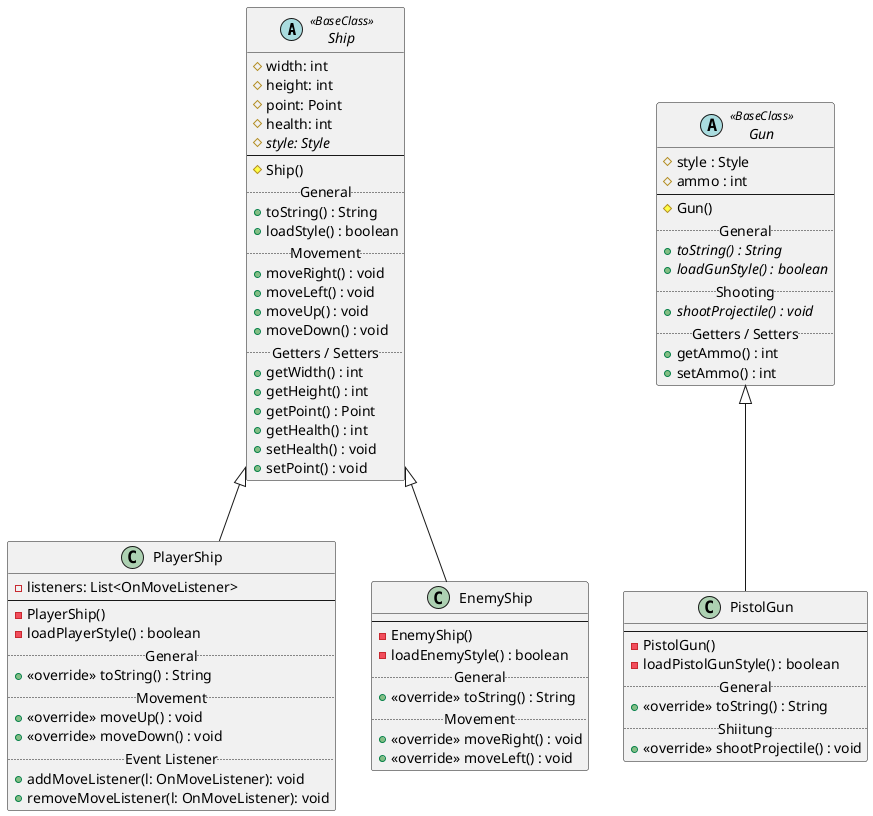
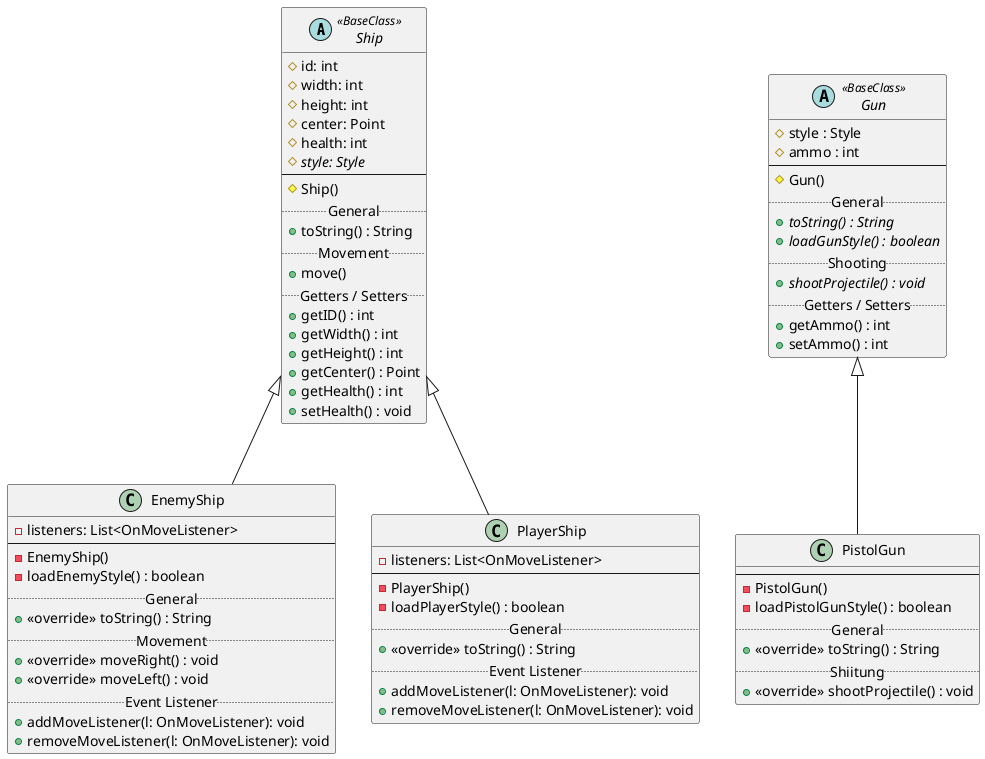
@startuml space-spiel-entities
/'
entities.puml: Space spiel UML class diagram for hierarchy of ships,weapons etc..
Copyright (C) 2026  Vladyslav Tupikin
Contact: vladtupikin7@gmail.com

This program is free software: you can redistribute it and/or modify
it under the terms of the GNU General Public License as published by
the Free Software Foundation, either version 3 of the License, or
(at your option) any later version.

This program is distributed in the hope that it will be useful,
but WITHOUT ANY WARRANTY; without even the implied warranty of
MERCHANTABILITY or FITNESS FOR A PARTICULAR PURPOSE.  See the
GNU General Public License for more details.

You should have received a copy of the GNU General Public License
along with this program.  If not, see <https://www.gnu.org/licenses/>.
'/

abstract class Ship <<BaseClass>> {
+     #id: int
    #width: int
    #height: int
-     #point: Point
+     #center: Point
    #health: int
    # {abstract} style: Style
    --
    #Ship()
    .. General ..
    +toString() : String
-     +loadStyle() : boolean
    .. Movement ..
-     +moveRight() : void
-     +moveLeft() : void
-     +moveUp() : void
-     +moveDown() : void
+     +move()
    .. Getters / Setters ..
+     +getID() : int
    +getWidth() : int
    +getHeight() : int
-     +getPoint() : Point
+     +getCenter() : Point
    +getHealth() : int
    +setHealth() : void
-     +setPoint() : void
+ }
+ 
+ class EnemyShip extends Ship {
+     - listeners: List<OnMoveListener>
+     --
+     -EnemyShip()
+     -loadEnemyStyle() : boolean
+     .. General ..
+     + <<override>> toString() : String
+     .. Movement ..
+     + <<override>> moveRight() : void
+     + <<override>> moveLeft() : void
+     .. Event Listener ..
+     + addMoveListener(l: OnMoveListener): void
+     + removeMoveListener(l: OnMoveListener): void
}

class PlayerShip extends Ship {
    - listeners: List<OnMoveListener>
    --
    -PlayerShip()
    -loadPlayerStyle() : boolean
    .. General ..
    + <<override>> toString() : String
-     .. Movement ..
-     + <<override>> moveUp() : void
-     + <<override>> moveDown() : void
    .. Event Listener ..
    + addMoveListener(l: OnMoveListener): void
    + removeMoveListener(l: OnMoveListener): void
- }
- 
- class EnemyShip extends Ship {
-     --
-     -EnemyShip()
-     -loadEnemyStyle() : boolean
-     .. General ..
-     + <<override>> toString() : String
-     .. Movement ..
-     + <<override>> moveRight() : void
-     + <<override>> moveLeft() : void
}

abstract class Gun <<BaseClass>> {
    #style : Style
    #ammo : int
    --
    #Gun()
    .. General ..
    + {abstract} toString() : String
    + {abstract} loadGunStyle() : boolean
    .. Shooting ..
    + {abstract} shootProjectile() : void
    .. Getters / Setters ..
    +getAmmo() : int
    +setAmmo() : int
}

class PistolGun extends Gun {
    --
    -PistolGun()
    -loadPistolGunStyle() : boolean
    .. General ..
    + <<override>> toString() : String
    .. Shiitung ..
    + <<override>> shootProjectile() : void
}

@enduml
